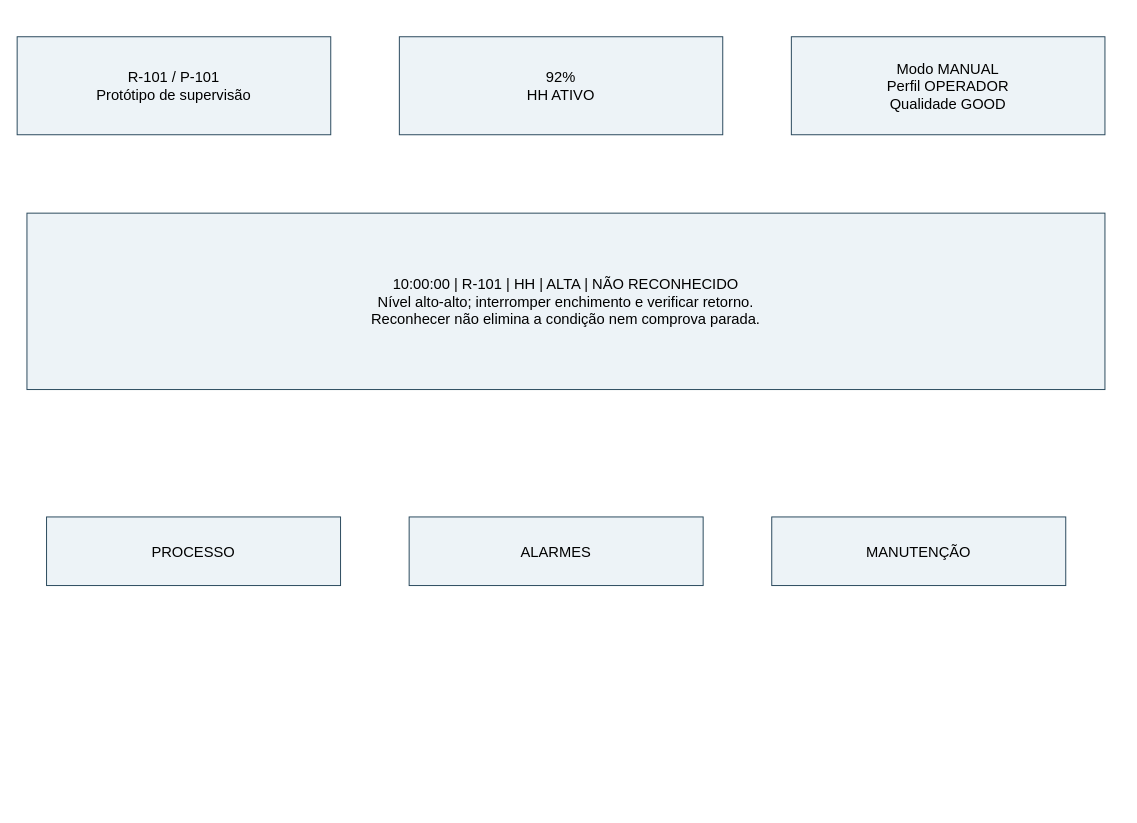
The draw.io diagram page "TP08 - Alarmes" (2 of 11) of TP08/prototipo/prototipo.drawio in HomemDaGrana/sistemas-automatizados, before the edit. Source tidied: cells renumbered, new cells numbered last; positions are measured from the earlier drawing's top-left corner, leaving out a move shared by most shapes. Both pictures are drawn from the tidied source at 98%, with x=0, y=0 at pixel (17, 36).
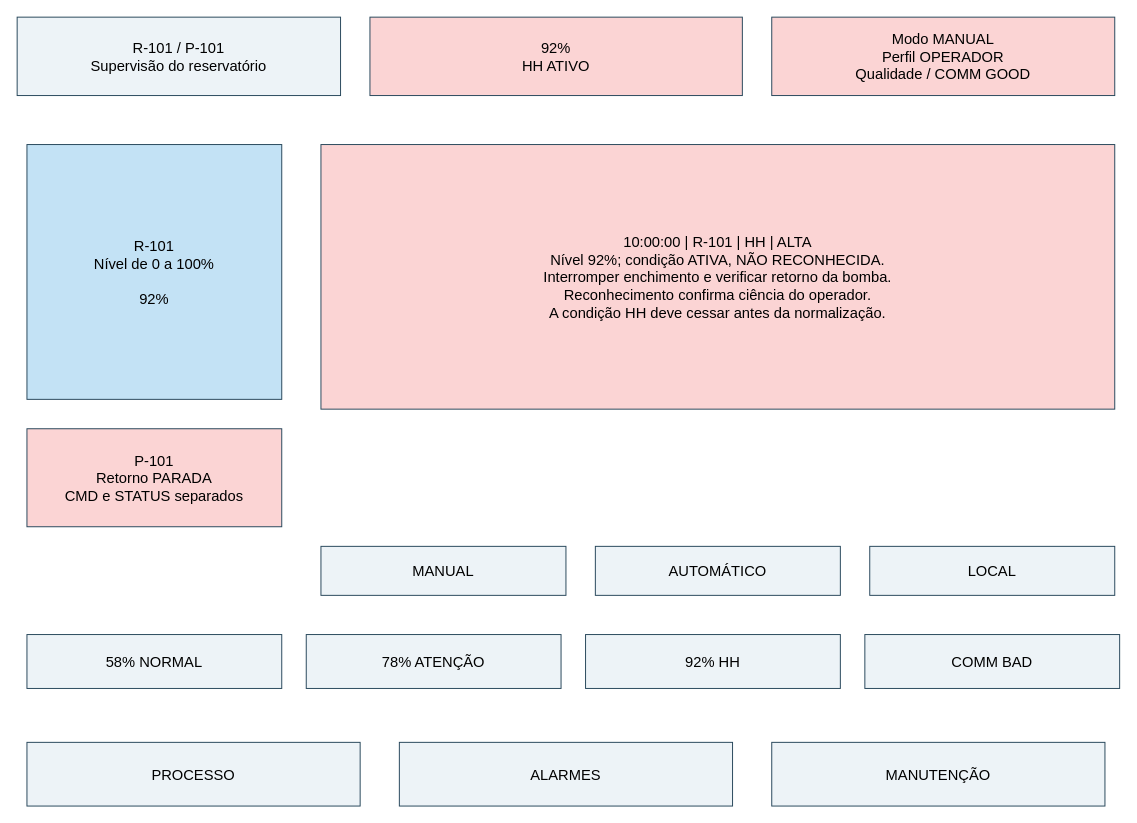
After the change.

What changed in the source:
```diff
@@
 <mxGraphModel>
   <root>
     <mxCell id="0" />
     <mxCell id="1" parent="0" />
-    <mxCell id="2" value="R-101 / P-101&lt;br&gt;Protótipo de supervisão" style="whiteSpace=wrap;html=1;fontSize=15;fontFamily=Arial;fillColor=#edf3f7;strokeColor=#29485c;" parent="1" vertex="1">
-      <mxGeometry width="320" height="100" as="geometry" />
-    </mxCell>
+    <mxCell id="9" value="R-101 / P-101&lt;br&gt;Supervisão do reservatório" style="whiteSpace=wrap;html=1;fontSize=15;fontFamily=Arial;fillColor=#edf3f7;strokeColor=#29485c;fillColor=#edf3f7;" parent="1" vertex="1">
+      <mxGeometry y="-20" width="330" height="80" as="geometry" />
+    </mxCell>
-    <mxCell id="3" value="92%&lt;br&gt;HH ATIVO" style="whiteSpace=wrap;html=1;fontSize=15;fontFamily=Arial;fillColor=#edf3f7;strokeColor=#29485c;" parent="1" vertex="1">
-      <mxGeometry x="390" width="330" height="100" as="geometry" />
+    <mxCell id="3" value="92%&lt;br&gt;HH ATIVO" style="whiteSpace=wrap;html=1;fontSize=15;fontFamily=Arial;fillColor=#edf3f7;strokeColor=#29485c;fillColor=#fbd4d4;" parent="1" vertex="1">
+      <mxGeometry x="360" y="-20" width="380" height="80" as="geometry" />
     </mxCell>
-    <mxCell id="4" value="Modo MANUAL&lt;br&gt;Perfil OPERADOR&lt;br&gt;Qualidade GOOD" style="whiteSpace=wrap;html=1;fontSize=15;fontFamily=Arial;fillColor=#edf3f7;strokeColor=#29485c;" parent="1" vertex="1">
-      <mxGeometry x="790" width="320" height="100" as="geometry" />
+    <mxCell id="4" value="Modo MANUAL&lt;br&gt;Perfil OPERADOR&lt;br&gt;Qualidade / COMM GOOD" style="whiteSpace=wrap;html=1;fontSize=15;fontFamily=Arial;fillColor=#edf3f7;strokeColor=#29485c;fillColor=#fbd4d4;" parent="1" vertex="1">
+      <mxGeometry x="770" y="-20" width="350" height="80" as="geometry" />
     </mxCell>
-    <mxCell id="5" value="10:00:00 | R-101 | HH | ALTA | NÃO RECONHECIDO&lt;br&gt;Nível alto-alto; interromper enchimento e verificar retorno.&lt;br&gt;Reconhecer não elimina a condição nem comprova parada." style="whiteSpace=wrap;html=1;fontSize=15;fontFamily=Arial;fillColor=#edf3f7;strokeColor=#29485c;" parent="1" vertex="1">
-      <mxGeometry x="10" y="180" width="1100" height="180" as="geometry" />
-    </mxCell>
+    <mxCell id="10" value="R-101&lt;br&gt;Nível de 0 a 100%&lt;br&gt;&lt;br&gt;92%" style="whiteSpace=wrap;html=1;fontSize=15;fontFamily=Arial;fillColor=#edf3f7;strokeColor=#29485c;fillColor=#c3e2f5;" parent="1" vertex="1">
+      <mxGeometry x="10" y="110" width="260" height="260" as="geometry" />
+    </mxCell>
+    <mxCell id="11" value="P-101&lt;br&gt;Retorno PARADA&lt;br&gt;CMD e STATUS separados" style="whiteSpace=wrap;html=1;fontSize=15;fontFamily=Arial;fillColor=#edf3f7;strokeColor=#29485c;fillColor=#fbd4d4;" parent="1" vertex="1">
+      <mxGeometry x="10" y="400" width="260" height="100" as="geometry" />
+    </mxCell>
+    <mxCell id="12" value="10:00:00 | R-101 | HH | ALTA&lt;br&gt;Nível 92%; condição ATIVA, NÃO RECONHECIDA.&lt;br&gt;Interromper enchimento e verificar retorno da bomba.&lt;br&gt;Reconhecimento confirma ciência do operador.&lt;br&gt;A condição HH deve cessar antes da normalização." style="whiteSpace=wrap;html=1;fontSize=15;fontFamily=Arial;fillColor=#edf3f7;strokeColor=#29485c;fillColor=#fbd4d4;" parent="1" vertex="1">
+      <mxGeometry x="310" y="110" width="810" height="270" as="geometry" />
+    </mxCell>
+    <mxCell id="13" value="MANUAL" style="whiteSpace=wrap;html=1;fontSize=15;fontFamily=Arial;fillColor=#edf3f7;strokeColor=#29485c;fillColor=#edf3f7;" parent="1" vertex="1">
+      <mxGeometry x="310" y="520" width="250" height="50" as="geometry" />
+    </mxCell>
+    <mxCell id="14" value="AUTOMÁTICO" style="whiteSpace=wrap;html=1;fontSize=15;fontFamily=Arial;fillColor=#edf3f7;strokeColor=#29485c;fillColor=#edf3f7;" parent="1" vertex="1">
+      <mxGeometry x="590" y="520" width="250" height="50" as="geometry" />
+    </mxCell>
+    <mxCell id="15" value="LOCAL" style="whiteSpace=wrap;html=1;fontSize=15;fontFamily=Arial;fillColor=#edf3f7;strokeColor=#29485c;fillColor=#edf3f7;" parent="1" vertex="1">
+      <mxGeometry x="870" y="520" width="250" height="50" as="geometry" />
+    </mxCell>
+    <mxCell id="16" value="58% NORMAL" style="whiteSpace=wrap;html=1;fontSize=15;fontFamily=Arial;fillColor=#edf3f7;strokeColor=#29485c;fillColor=#edf3f7;" parent="1" vertex="1">
+      <mxGeometry x="10" y="610" width="260" height="55" as="geometry" />
+    </mxCell>
+    <mxCell id="17" value="78% ATENÇÃO" style="whiteSpace=wrap;html=1;fontSize=15;fontFamily=Arial;fillColor=#edf3f7;strokeColor=#29485c;fillColor=#edf3f7;" parent="1" vertex="1">
+      <mxGeometry x="295" y="610" width="260" height="55" as="geometry" />
+    </mxCell>
+    <mxCell id="18" value="92% HH" style="whiteSpace=wrap;html=1;fontSize=15;fontFamily=Arial;fillColor=#edf3f7;strokeColor=#29485c;fillColor=#edf3f7;" parent="1" vertex="1">
+      <mxGeometry x="580" y="610" width="260" height="55" as="geometry" />
+    </mxCell>
+    <mxCell id="19" value="COMM BAD" style="whiteSpace=wrap;html=1;fontSize=15;fontFamily=Arial;fillColor=#edf3f7;strokeColor=#29485c;fillColor=#edf3f7;" parent="1" vertex="1">
+      <mxGeometry x="865" y="610" width="260" height="55" as="geometry" />
+    </mxCell>
-    <mxCell id="6" value="PROCESSO" style="whiteSpace=wrap;html=1;fontSize=15;fontFamily=Arial;fillColor=#edf3f7;strokeColor=#29485c;" parent="1" vertex="1">
-      <mxGeometry x="30" y="490" width="300" height="70" as="geometry" />
+    <mxCell id="6" value="PROCESSO" style="whiteSpace=wrap;html=1;fontSize=15;fontFamily=Arial;fillColor=#edf3f7;strokeColor=#29485c;fillColor=#edf3f7;" parent="1" vertex="1">
+      <mxGeometry x="10" y="720" width="340" height="65" as="geometry" />
     </mxCell>
-    <mxCell id="7" value="ALARMES" style="whiteSpace=wrap;html=1;fontSize=15;fontFamily=Arial;fillColor=#edf3f7;strokeColor=#29485c;" parent="1" vertex="1">
-      <mxGeometry x="400" y="490" width="300" height="70" as="geometry" />
+    <mxCell id="7" value="ALARMES" style="whiteSpace=wrap;html=1;fontSize=15;fontFamily=Arial;fillColor=#edf3f7;strokeColor=#29485c;fillColor=#edf3f7;" parent="1" vertex="1">
+      <mxGeometry x="390" y="720" width="340" height="65" as="geometry" />
     </mxCell>
-    <mxCell id="8" value="MANUTENÇÃO" style="whiteSpace=wrap;html=1;fontSize=15;fontFamily=Arial;fillColor=#edf3f7;strokeColor=#29485c;" parent="1" vertex="1">
-      <mxGeometry x="770" y="490" width="300" height="70" as="geometry" />
+    <mxCell id="8" value="MANUTENÇÃO" style="whiteSpace=wrap;html=1;fontSize=15;fontFamily=Arial;fillColor=#edf3f7;strokeColor=#29485c;fillColor=#edf3f7;" parent="1" vertex="1">
+      <mxGeometry x="770" y="720" width="340" height="65" as="geometry" />
     </mxCell>
   </root>
 </mxGraphModel>
```
